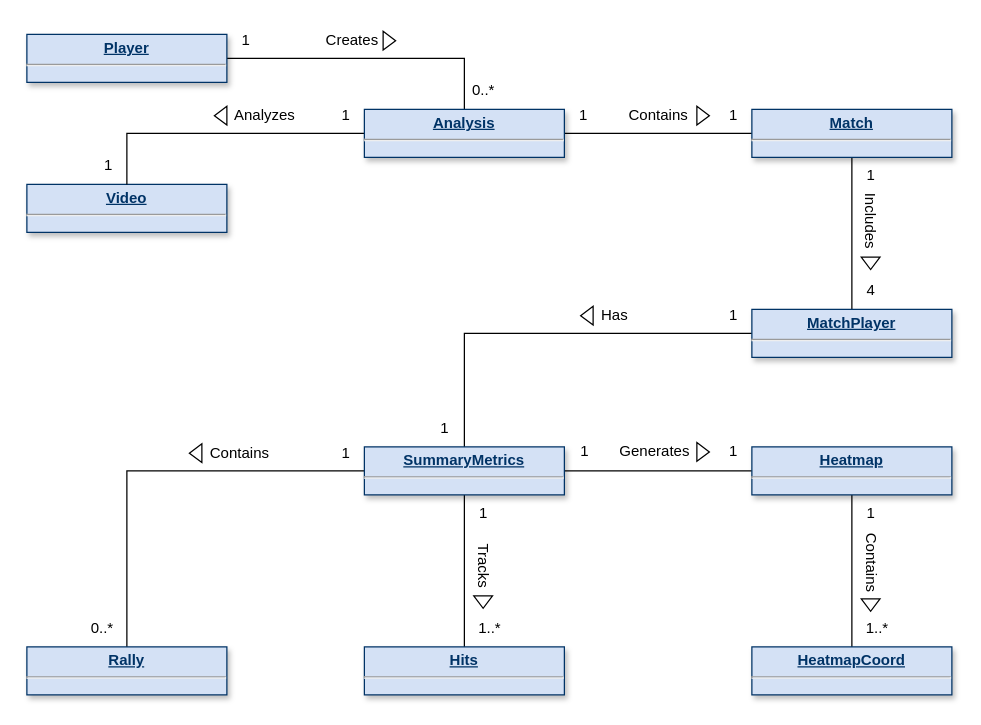
Olsen7351/Bachlor2025-Padel keeps this draw.io diagram as Documentation/Analysis/Diagrams/EERDiagram.drawio. Above is the earlier version. Source tidied: cells renumbered, new cells numbered last; positions are measured from the earlier drawing's top-left corner, leaving out a move shared by most shapes. Both pictures are drawn from the tidied source at 125%, with x=0, y=0 at pixel (26, 21).
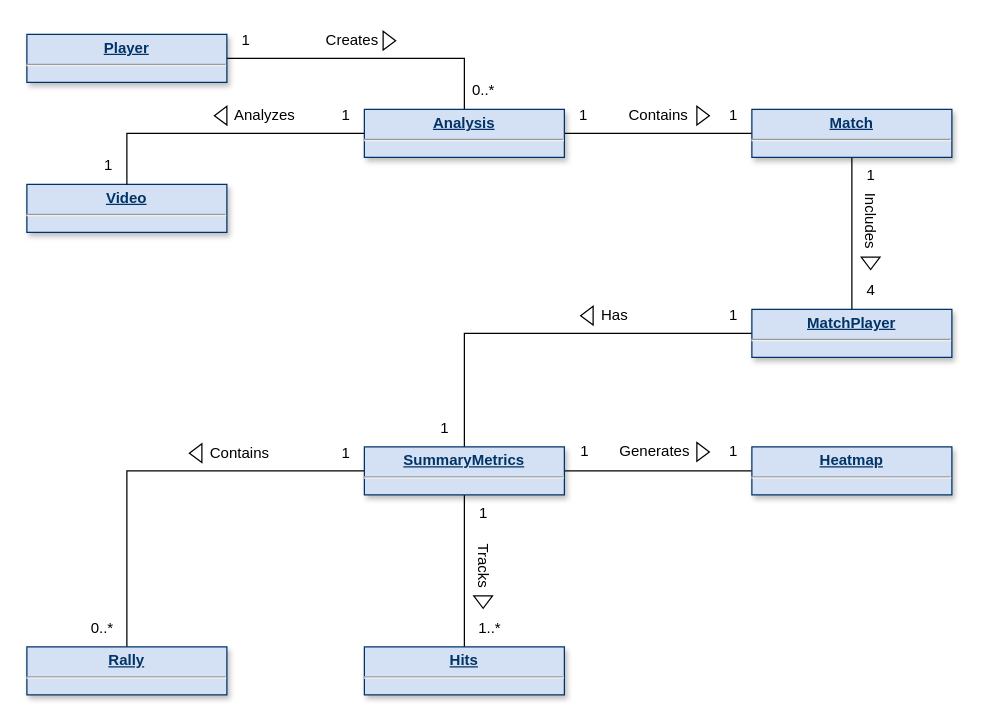
The same diagram, later.

Unchanged cells that the change refers to:
```xml
<mxCell id="19" value="&lt;p style=&quot;margin: 0px; margin-top: 4px; text-align: center; text-decoration: underline;&quot;&gt;&lt;b&gt;Heatmap&lt;/b&gt;&lt;/p&gt;&lt;hr&gt;&lt;p style=&quot;margin: 0px; margin-left: 8px;&quot;&gt;&lt;br&gt;&lt;/p&gt;" style="verticalAlign=top;align=left;overflow=fill;fontSize=12;fontFamily=Helvetica;html=1;strokeColor=#003366;shadow=1;fillColor=#D4E1F5;fontColor=#003366;" parent="1" vertex="1">
  <mxGeometry x="580" y="340" width="160" height="38.4" as="geometry" />
</mxCell>
```

Change to the diagram source:
```diff
@@
-    <mxCell id="18" style="edgeStyle=orthogonalEdgeStyle;rounded=0;jettySize=auto;html=1;entryX=0.5;entryY=0;entryDx=0;entryDy=0;endArrow=none;endFill=0;" parent="1" edge="1" source="19" target="20">
-      <mxGeometry relative="1" as="geometry" />
-    </mxCell>
@@
-    <mxCell id="20" value="&lt;p style=&quot;margin: 0px; margin-top: 4px; text-align: center; text-decoration: underline;&quot;&gt;&lt;b&gt;HeatmapCoord&lt;/b&gt;&lt;/p&gt;&lt;hr&gt;&lt;p style=&quot;margin: 0px; margin-left: 8px;&quot;&gt;&lt;br&gt;&lt;/p&gt;" style="verticalAlign=top;align=left;overflow=fill;fontSize=12;fontFamily=Helvetica;html=1;strokeColor=#003366;shadow=1;fillColor=#D4E1F5;fontColor=#003366;" parent="1" vertex="1">
-      <mxGeometry x="580" y="500" width="160" height="38.4" as="geometry" />
-    </mxCell>
@@
-    <mxCell id="47" value="1" style="text;html=1;align=center;verticalAlign=middle;strokeColor=none;fillColor=none;" parent="1" vertex="1">
-      <mxGeometry x="660" y="378.4" width="30" height="30" as="geometry" />
-    </mxCell>
-    <mxCell id="48" value="1..*" style="text;html=1;align=center;verticalAlign=middle;strokeColor=none;fillColor=none;" parent="1" vertex="1">
-      <mxGeometry x="660" y="470" width="40" height="30" as="geometry" />
-    </mxCell>
@@
-    <mxCell id="55" value="Contains" style="text;html=1;align=center;verticalAlign=middle;strokeColor=none;fillColor=none;rotation=90;" parent="1" vertex="1">
-      <mxGeometry x="640" y="417.4" width="70" height="30" as="geometry" />
-    </mxCell>
-    <mxCell id="56" style="triangle;whiteSpace=wrap;html=1;direction=east;rotation=90;" parent="1" vertex="1">
-      <mxGeometry x="670" y="459" width="10" height="15" as="geometry" />
-    </mxCell>
```
